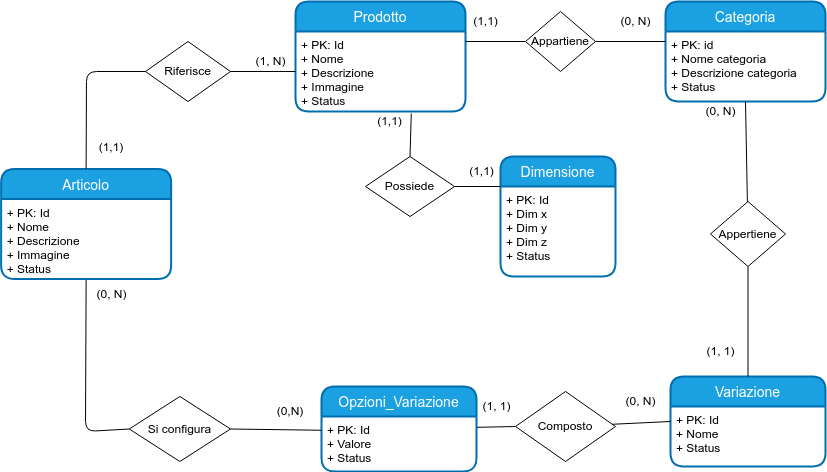
Earlier version of the draw.io export doc/configuratione_articolo/config_articolo_completo.png (EndriDomiUni/E-commerce). Source tidied: cells renumbered, new cells last; positions are measured from the earlier drawing's top-left corner, leaving out a move shared by most shapes.
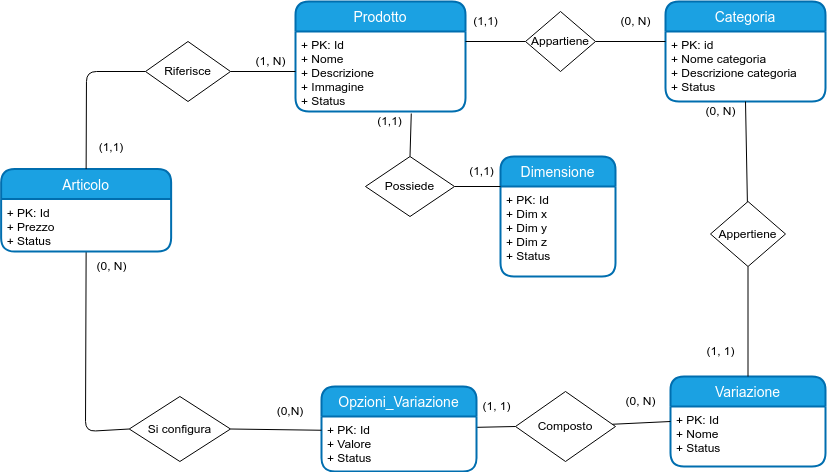
After the commit.

Commit message:
Update schema configurazione articolo

Diff of the diagram source:
```diff
@@ -119,13 +119,13 @@
       <mxGeometry x="127.8" y="395" width="101.2" height="65" as="geometry" />
     </mxCell>
     <mxCell id="38" value="(0, N)" style="text;html=1;align=center;verticalAlign=middle;strokeColor=none;fillColor=none;" parent="1" vertex="1">
-      <mxGeometry x="85.2" y="277.5" width="50" height="30" as="geometry" />
+      <mxGeometry x="85.2" y="250" width="50" height="30" as="geometry" />
     </mxCell>
     <mxCell id="39" value="Articolo" style="swimlane;horizontal=1;startSize=30;rounded=1;fontSize=14;fontStyle=0;strokeWidth=2;shadow=0;dashed=0;align=center;arcSize=15;fillColor=#1ba1e2;fontColor=#ffffff;strokeColor=#006EAF;" parent="1" vertex="1">
-      <mxGeometry x="-0.4" y="167.5" width="170" height="110" as="geometry" />
+      <mxGeometry x="-0.4" y="167.5" width="170" height="82.5" as="geometry" />
     </mxCell>
-    <mxCell id="40" value="+ PK: Id&#10;+ Nome&#10;+ Descrizione&#10;+ Immagine&#10;+ Status" style="align=left;strokeColor=none;fillColor=none;spacingLeft=4;fontSize=12;verticalAlign=top;" parent="39" vertex="1">
-      <mxGeometry y="30" width="170" height="80" as="geometry" />
+    <mxCell id="40" value="+ PK: Id&#10;+ Prezzo&#10;+ Status" style="align=left;strokeColor=none;fillColor=none;spacingLeft=4;fontSize=12;verticalAlign=top;" parent="39" vertex="1">
+      <mxGeometry y="30" width="170" height="52.5" as="geometry" />
     </mxCell>
     <mxCell id="41" style="edgeStyle=none;html=1;exitX=0;exitY=0.5;exitDx=0;exitDy=0;endArrow=none;endFill=0;entryX=0.5;entryY=0;entryDx=0;entryDy=0;" parent="1" edge="1" source="42" target="39">
       <mxGeometry relative="1" as="geometry">
```
